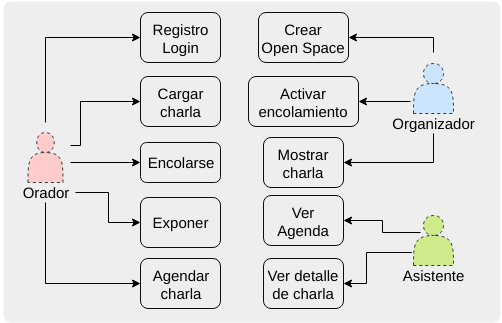
Earlier version of the draw.io export other/CasoDeUso.png (AugustoConti/smart-open-space). Source tidied: cells renumbered, new cells last; positions are measured from the earlier drawing's top-left corner, leaving out a move shared by most shapes. Its diagram source:
```xml
<mxGraphModel>
  <root>
    <mxCell id="0" />
    <mxCell id="1" parent="0" />
    <mxCell id="2" style="rounded=1;whiteSpace=wrap;html=1;absoluteArcSize=1;arcSize=14;strokeWidth=2;shadow=0;glass=0;labelBackgroundColor=none;fillColor=#eeeeee;fontSize=15;align=center;strokeColor=none;" parent="1" vertex="1">
      <mxGeometry x="3" width="497" height="321" as="geometry" />
    </mxCell>
    <mxCell id="3" style="group;" parent="1" vertex="1">
      <mxGeometry x="388" y="52" width="90" height="80" as="geometry" />
    </mxCell>
    <mxCell id="4" style="shape=actor;whiteSpace=wrap;html=1;rounded=0;shadow=0;glass=0;dashed=1;labelBackgroundColor=none;strokeColor=#36393d;strokeWidth=1;fillColor=#cce5ff;fontSize=15;align=center;" parent="3" vertex="1">
      <mxGeometry x="25" y="10" width="40" height="50" as="geometry" />
    </mxCell>
    <mxCell id="5" value="Organizador" style="text;html=1;strokeColor=none;fillColor=none;align=center;verticalAlign=middle;whiteSpace=wrap;rounded=0;shadow=0;glass=0;dashed=1;labelBackgroundColor=none;fontSize=15;" parent="3" vertex="1">
      <mxGeometry y="60" width="90" height="20" as="geometry" />
    </mxCell>
    <mxCell id="6" style="group;" parent="1" vertex="1">
      <mxGeometry y="121" width="90" height="80" as="geometry" />
    </mxCell>
    <mxCell id="7" style="shape=actor;whiteSpace=wrap;html=1;rounded=0;shadow=0;glass=0;dashed=1;labelBackgroundColor=none;strokeColor=#36393d;strokeWidth=1;fillColor=#ffcccc;fontSize=15;align=center;" parent="6" vertex="1">
      <mxGeometry x="27.5" y="10" width="35" height="50" as="geometry" />
    </mxCell>
    <mxCell id="8" value="Orador" style="text;html=1;strokeColor=none;fillColor=none;align=center;verticalAlign=middle;whiteSpace=wrap;rounded=0;shadow=0;glass=0;dashed=1;labelBackgroundColor=none;fontSize=15;" parent="6" vertex="1">
      <mxGeometry x="15" y="60" width="60" height="20" as="geometry" />
    </mxCell>
    <mxCell id="9" style="group;" parent="1" vertex="1">
      <mxGeometry x="388" y="204" width="90" height="80" as="geometry" />
    </mxCell>
    <mxCell id="10" style="shape=actor;whiteSpace=wrap;html=1;rounded=0;shadow=0;glass=0;dashed=1;labelBackgroundColor=none;strokeColor=#36393d;strokeWidth=1;fillColor=#cdeb8b;fontSize=15;align=center;" parent="9" vertex="1">
      <mxGeometry x="25" y="10" width="40" height="50" as="geometry" />
    </mxCell>
    <mxCell id="11" value="Asistente" style="text;html=1;strokeColor=none;fillColor=none;align=center;verticalAlign=middle;whiteSpace=wrap;rounded=0;shadow=0;glass=0;dashed=1;labelBackgroundColor=none;fontSize=15;" parent="9" vertex="1">
      <mxGeometry y="60" width="90" height="20" as="geometry" />
    </mxCell>
    <mxCell id="12" value="Registro&lt;br&gt;Login" style="shape=ext;rounded=1;html=1;whiteSpace=wrap;shadow=0;glass=0;labelBackgroundColor=none;strokeColor=#0D0C0C;strokeWidth=1;fillColor=none;gradientColor=none;fontSize=15;align=center;" parent="1" vertex="1">
      <mxGeometry x="140" y="11" width="80" height="50" as="geometry" />
    </mxCell>
    <mxCell id="13" value="Cargar&lt;br&gt;charla" style="shape=ext;rounded=1;html=1;whiteSpace=wrap;shadow=0;glass=0;labelBackgroundColor=none;strokeColor=#0D0C0C;strokeWidth=1;fillColor=none;gradientColor=none;fontSize=15;align=center;" parent="1" vertex="1">
      <mxGeometry x="140" y="75" width="80" height="50" as="geometry" />
    </mxCell>
    <mxCell id="14" value="Encolarse&lt;span style=&quot;font-family: &amp;#34;helvetica&amp;#34; , &amp;#34;arial&amp;#34; , sans-serif ; font-size: 0px ; white-space: nowrap&quot;&gt;%3CmxGraphModel%3E%3Croot%3E%3CmxCell%20id%3D%220%22%2F%3E%3CmxCell%20id%3D%221%22%20parent%3D%220%22%2F%3E%3CmxCell%20id%3D%222%22%20value%3D%22Registro%26lt%3Bbr%26gt%3BLogin%22%20style%3D%22shape%3Dext%3Brounded%3D1%3Bhtml%3D1%3BwhiteSpace%3Dwrap%3Bshadow%3D0%3Bglass%3D0%3BlabelBackgroundColor%3Dnone%3BstrokeColor%3D%230D0C0C%3BstrokeWidth%3D1%3BfillColor%3Dnone%3BgradientColor%3Dnone%3BfontSize%3D15%3Balign%3Dcenter%3B%22%20vertex%3D%221%22%20parent%3D%221%22%3E%3CmxGeometry%20x%3D%22190%22%20y%3D%2245%22%20width%3D%2280%22%20height%3D%2250%22%20as%3D%22geometry%22%2F%3E%3C%2FmxCell%3E%3C%2Froot%3E%3C%2FmxGraphModel%3E&lt;/span&gt;" style="shape=ext;rounded=1;html=1;whiteSpace=wrap;shadow=0;glass=0;labelBackgroundColor=none;strokeColor=#0D0C0C;strokeWidth=1;fillColor=none;gradientColor=none;fontSize=15;align=center;" parent="1" vertex="1">
      <mxGeometry x="140" y="141" width="80" height="40" as="geometry" />
    </mxCell>
    <mxCell id="15" value="Exponer" style="shape=ext;rounded=1;html=1;whiteSpace=wrap;shadow=0;glass=0;labelBackgroundColor=none;strokeColor=#0D0C0C;strokeWidth=1;fillColor=none;gradientColor=none;fontSize=15;align=center;" parent="1" vertex="1">
      <mxGeometry x="140" y="196" width="80" height="50" as="geometry" />
    </mxCell>
    <mxCell id="16" value="Agendar&lt;br&gt;charla" style="shape=ext;rounded=1;html=1;whiteSpace=wrap;shadow=0;glass=0;labelBackgroundColor=none;strokeColor=#0D0C0C;strokeWidth=1;fillColor=none;gradientColor=none;fontSize=15;align=center;" parent="1" vertex="1">
      <mxGeometry x="140" y="257" width="80" height="50" as="geometry" />
    </mxCell>
    <mxCell id="17" value="Ver Agenda" style="shape=ext;rounded=1;html=1;whiteSpace=wrap;shadow=0;glass=0;labelBackgroundColor=none;strokeColor=#0D0C0C;strokeWidth=1;fillColor=none;gradientColor=none;fontSize=15;align=center;" parent="1" vertex="1">
      <mxGeometry x="263" y="194" width="80" height="50" as="geometry" />
    </mxCell>
    <mxCell id="18" value="Ver detalle de charla" style="shape=ext;rounded=1;html=1;whiteSpace=wrap;shadow=0;glass=0;labelBackgroundColor=none;strokeColor=#0D0C0C;strokeWidth=1;fillColor=none;gradientColor=none;fontSize=15;align=center;" parent="1" vertex="1">
      <mxGeometry x="263" y="257" width="80" height="50" as="geometry" />
    </mxCell>
    <mxCell id="19" value="Crear&lt;br&gt;Open Space" style="shape=ext;rounded=1;html=1;whiteSpace=wrap;shadow=0;glass=0;labelBackgroundColor=none;strokeColor=#0D0C0C;strokeWidth=1;fillColor=none;gradientColor=none;fontSize=15;align=center;" parent="1" vertex="1">
      <mxGeometry x="258" y="11" width="90" height="50" as="geometry" />
    </mxCell>
    <mxCell id="20" value="Activar&lt;br&gt;encolamiento" style="shape=ext;rounded=1;html=1;whiteSpace=wrap;shadow=0;glass=0;labelBackgroundColor=none;strokeColor=#0D0C0C;strokeWidth=1;fillColor=none;gradientColor=none;fontSize=15;align=center;" parent="1" vertex="1">
      <mxGeometry x="248" y="75" width="110" height="50" as="geometry" />
    </mxCell>
    <mxCell id="21" value="Mostrar charla" style="shape=ext;rounded=1;html=1;whiteSpace=wrap;shadow=0;glass=0;labelBackgroundColor=none;strokeColor=#0D0C0C;strokeWidth=1;fillColor=none;gradientColor=none;fontSize=15;align=center;" parent="1" vertex="1">
      <mxGeometry x="263" y="136" width="80" height="50" as="geometry" />
    </mxCell>
    <mxCell id="22" style="edgeStyle=orthogonalEdgeStyle;rounded=0;jettySize=auto;html=1;exitX=0.5;exitY=1;exitDx=0;exitDy=0;entryX=0;entryY=0.5;entryDx=0;entryDy=0;fontSize=15;" parent="1" edge="1" source="8" target="16">
      <mxGeometry relative="1" as="geometry" />
    </mxCell>
    <mxCell id="23" style="edgeStyle=orthogonalEdgeStyle;rounded=0;jettySize=auto;html=1;exitX=1;exitY=0.5;exitDx=0;exitDy=0;entryX=0;entryY=0.5;entryDx=0;entryDy=0;fontSize=15;" parent="1" edge="1" source="8" target="15">
      <mxGeometry relative="1" as="geometry" />
    </mxCell>
    <mxCell id="24" style="edgeStyle=orthogonalEdgeStyle;rounded=0;jettySize=auto;html=1;entryX=0;entryY=0.5;entryDx=0;entryDy=0;fontSize=15;" parent="1" edge="1" target="14">
      <mxGeometry relative="1" as="geometry">
        <mxPoint x="70" y="161" as="sourcePoint" />
      </mxGeometry>
    </mxCell>
    <mxCell id="25" style="edgeStyle=orthogonalEdgeStyle;rounded=0;jettySize=auto;html=1;entryX=0;entryY=0.5;entryDx=0;entryDy=0;fontSize=15;" parent="1" edge="1" target="13">
      <mxGeometry relative="1" as="geometry">
        <mxPoint x="70" y="144" as="sourcePoint" />
        <Array as="points">
          <mxPoint x="80" y="144" />
          <mxPoint x="80" y="100" />
        </Array>
      </mxGeometry>
    </mxCell>
    <mxCell id="26" style="edgeStyle=orthogonalEdgeStyle;rounded=0;jettySize=auto;html=1;entryX=0;entryY=0.5;entryDx=0;entryDy=0;fontSize=15;" parent="1" edge="1" target="12">
      <mxGeometry relative="1" as="geometry">
        <mxPoint x="45" y="121" as="sourcePoint" />
        <Array as="points">
          <mxPoint x="45" y="36" />
        </Array>
      </mxGeometry>
    </mxCell>
    <mxCell id="27" style="edgeStyle=orthogonalEdgeStyle;rounded=0;jettySize=auto;html=1;entryX=1;entryY=0.5;entryDx=0;entryDy=0;fontSize=15;" parent="1" edge="1" target="19">
      <mxGeometry relative="1" as="geometry">
        <mxPoint x="433" y="51" as="sourcePoint" />
        <Array as="points">
          <mxPoint x="433" y="36" />
        </Array>
      </mxGeometry>
    </mxCell>
    <mxCell id="28" style="edgeStyle=orthogonalEdgeStyle;rounded=0;jettySize=auto;html=1;entryX=1;entryY=0.5;entryDx=0;entryDy=0;fontSize=15;exitX=0.5;exitY=1;exitDx=0;exitDy=0;" parent="1" edge="1" source="5" target="21">
      <mxGeometry relative="1" as="geometry">
        <Array as="points">
          <mxPoint x="433" y="161" />
        </Array>
      </mxGeometry>
    </mxCell>
    <mxCell id="29" style="edgeStyle=orthogonalEdgeStyle;rounded=0;jettySize=auto;html=1;entryX=1;entryY=0.5;entryDx=0;entryDy=0;fontSize=15;" parent="1" edge="1" target="20">
      <mxGeometry relative="1" as="geometry">
        <mxPoint x="410" y="100" as="sourcePoint" />
      </mxGeometry>
    </mxCell>
    <mxCell id="30" style="edgeStyle=orthogonalEdgeStyle;rounded=0;jettySize=auto;html=1;entryX=1;entryY=0.5;entryDx=0;entryDy=0;fontSize=15;" parent="1" edge="1" target="17">
      <mxGeometry relative="1" as="geometry">
        <mxPoint x="420" y="231" as="sourcePoint" />
      </mxGeometry>
    </mxCell>
    <mxCell id="31" style="edgeStyle=orthogonalEdgeStyle;rounded=0;jettySize=auto;html=1;entryX=1;entryY=0.5;entryDx=0;entryDy=0;fontSize=15;" parent="1" edge="1" target="18">
      <mxGeometry relative="1" as="geometry">
        <mxPoint x="410" y="251" as="sourcePoint" />
        <Array as="points">
          <mxPoint x="411" y="251" />
          <mxPoint x="366" y="251" />
          <mxPoint x="366" y="282" />
        </Array>
      </mxGeometry>
    </mxCell>
  </root>
</mxGraphModel>
```
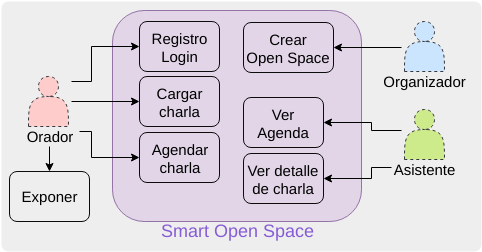
The same file after the commit.

Commit message:
:art: Actualizo diagramas

Change to the diagram source:
```diff
@@ -3,10 +3,13 @@
     <mxCell id="0" />
     <mxCell id="1" parent="0" />
     <mxCell id="2" style="rounded=1;whiteSpace=wrap;html=1;absoluteArcSize=1;arcSize=14;strokeWidth=2;shadow=0;glass=0;labelBackgroundColor=none;fillColor=#eeeeee;fontSize=15;align=center;strokeColor=none;" parent="1" vertex="1">
-      <mxGeometry x="3" width="497" height="321" as="geometry" />
+      <mxGeometry x="140" y="71" width="480" height="250" as="geometry" />
     </mxCell>
+    <mxCell id="32" style="rounded=1;whiteSpace=wrap;html=1;fillColor=#e1d5e7;strokeColor=#9673a6;" parent="1" vertex="1">
+      <mxGeometry x="251" y="80" width="249" height="211" as="geometry" />
+    </mxCell>
     <mxCell id="3" style="group;" parent="1" vertex="1">
-      <mxGeometry x="388" y="52" width="90" height="80" as="geometry" />
+      <mxGeometry x="518" y="81" width="90" height="80" as="geometry" />
     </mxCell>
     <mxCell id="4" style="shape=actor;whiteSpace=wrap;html=1;rounded=0;shadow=0;glass=0;dashed=1;labelBackgroundColor=none;strokeColor=#36393d;strokeWidth=1;fillColor=#cce5ff;fontSize=15;align=center;" parent="3" vertex="1">
       <mxGeometry x="25" y="10" width="40" height="50" as="geometry" />
@@ -15,16 +18,16 @@
       <mxGeometry y="60" width="90" height="20" as="geometry" />
     </mxCell>
     <mxCell id="6" style="group;" parent="1" vertex="1">
-      <mxGeometry y="121" width="90" height="80" as="geometry" />
+      <mxGeometry x="143" y="136" width="90" height="80" as="geometry" />
     </mxCell>
     <mxCell id="7" style="shape=actor;whiteSpace=wrap;html=1;rounded=0;shadow=0;glass=0;dashed=1;labelBackgroundColor=none;strokeColor=#36393d;strokeWidth=1;fillColor=#ffcccc;fontSize=15;align=center;" parent="6" vertex="1">
-      <mxGeometry x="27.5" y="10" width="35" height="50" as="geometry" />
+      <mxGeometry x="24" y="10" width="40" height="50" as="geometry" />
     </mxCell>
     <mxCell id="8" value="Orador" style="text;html=1;strokeColor=none;fillColor=none;align=center;verticalAlign=middle;whiteSpace=wrap;rounded=0;shadow=0;glass=0;dashed=1;labelBackgroundColor=none;fontSize=15;" parent="6" vertex="1">
       <mxGeometry x="15" y="60" width="60" height="20" as="geometry" />
     </mxCell>
     <mxCell id="9" style="group;" parent="1" vertex="1">
-      <mxGeometry x="388" y="204" width="90" height="80" as="geometry" />
+      <mxGeometry x="518" y="169" width="90" height="80" as="geometry" />
     </mxCell>
     <mxCell id="10" style="shape=actor;whiteSpace=wrap;html=1;rounded=0;shadow=0;glass=0;dashed=1;labelBackgroundColor=none;strokeColor=#36393d;strokeWidth=1;fillColor=#cdeb8b;fontSize=15;align=center;" parent="9" vertex="1">
       <mxGeometry x="25" y="10" width="40" height="50" as="geometry" />
@@ -33,97 +36,77 @@
       <mxGeometry y="60" width="90" height="20" as="geometry" />
     </mxCell>
     <mxCell id="12" value="Registro&lt;br&gt;Login" style="shape=ext;rounded=1;html=1;whiteSpace=wrap;shadow=0;glass=0;labelBackgroundColor=none;strokeColor=#0D0C0C;strokeWidth=1;fillColor=none;gradientColor=none;fontSize=15;align=center;" parent="1" vertex="1">
-      <mxGeometry x="140" y="11" width="80" height="50" as="geometry" />
+      <mxGeometry x="278" y="91" width="80" height="50" as="geometry" />
     </mxCell>
     <mxCell id="13" value="Cargar&lt;br&gt;charla" style="shape=ext;rounded=1;html=1;whiteSpace=wrap;shadow=0;glass=0;labelBackgroundColor=none;strokeColor=#0D0C0C;strokeWidth=1;fillColor=none;gradientColor=none;fontSize=15;align=center;" parent="1" vertex="1">
-      <mxGeometry x="140" y="75" width="80" height="50" as="geometry" />
+      <mxGeometry x="278" y="146" width="80" height="50" as="geometry" />
     </mxCell>
-    <mxCell id="14" value="Encolarse&lt;span style=&quot;font-family: &amp;#34;helvetica&amp;#34; , &amp;#34;arial&amp;#34; , sans-serif ; font-size: 0px ; white-space: nowrap&quot;&gt;%3CmxGraphModel%3E%3Croot%3E%3CmxCell%20id%3D%220%22%2F%3E%3CmxCell%20id%3D%221%22%20parent%3D%220%22%2F%3E%3CmxCell%20id%3D%222%22%20value%3D%22Registro%26lt%3Bbr%26gt%3BLogin%22%20style%3D%22shape%3Dext%3Brounded%3D1%3Bhtml%3D1%3BwhiteSpace%3Dwrap%3Bshadow%3D0%3Bglass%3D0%3BlabelBackgroundColor%3Dnone%3BstrokeColor%3D%230D0C0C%3BstrokeWidth%3D1%3BfillColor%3Dnone%3BgradientColor%3Dnone%3BfontSize%3D15%3Balign%3Dcenter%3B%22%20vertex%3D%221%22%20parent%3D%221%22%3E%3CmxGeometry%20x%3D%22190%22%20y%3D%2245%22%20width%3D%2280%22%20height%3D%2250%22%20as%3D%22geometry%22%2F%3E%3C%2FmxCell%3E%3C%2Froot%3E%3C%2FmxGraphModel%3E&lt;/span&gt;" style="shape=ext;rounded=1;html=1;whiteSpace=wrap;shadow=0;glass=0;labelBackgroundColor=none;strokeColor=#0D0C0C;strokeWidth=1;fillColor=none;gradientColor=none;fontSize=15;align=center;" parent="1" vertex="1">
-      <mxGeometry x="140" y="141" width="80" height="40" as="geometry" />
-    </mxCell>
     <mxCell id="15" value="Exponer" style="shape=ext;rounded=1;html=1;whiteSpace=wrap;shadow=0;glass=0;labelBackgroundColor=none;strokeColor=#0D0C0C;strokeWidth=1;fillColor=none;gradientColor=none;fontSize=15;align=center;" parent="1" vertex="1">
-      <mxGeometry x="140" y="196" width="80" height="50" as="geometry" />
+      <mxGeometry x="148" y="241" width="80" height="50" as="geometry" />
     </mxCell>
     <mxCell id="16" value="Agendar&lt;br&gt;charla" style="shape=ext;rounded=1;html=1;whiteSpace=wrap;shadow=0;glass=0;labelBackgroundColor=none;strokeColor=#0D0C0C;strokeWidth=1;fillColor=none;gradientColor=none;fontSize=15;align=center;" parent="1" vertex="1">
-      <mxGeometry x="140" y="257" width="80" height="50" as="geometry" />
+      <mxGeometry x="278" y="202" width="80" height="50" as="geometry" />
     </mxCell>
     <mxCell id="17" value="Ver Agenda" style="shape=ext;rounded=1;html=1;whiteSpace=wrap;shadow=0;glass=0;labelBackgroundColor=none;strokeColor=#0D0C0C;strokeWidth=1;fillColor=none;gradientColor=none;fontSize=15;align=center;" parent="1" vertex="1">
-      <mxGeometry x="263" y="194" width="80" height="50" as="geometry" />
+      <mxGeometry x="382" y="167" width="80" height="50" as="geometry" />
     </mxCell>
     <mxCell id="18" value="Ver detalle de charla" style="shape=ext;rounded=1;html=1;whiteSpace=wrap;shadow=0;glass=0;labelBackgroundColor=none;strokeColor=#0D0C0C;strokeWidth=1;fillColor=none;gradientColor=none;fontSize=15;align=center;" parent="1" vertex="1">
-      <mxGeometry x="263" y="257" width="80" height="50" as="geometry" />
+      <mxGeometry x="382" y="223" width="80" height="50" as="geometry" />
     </mxCell>
     <mxCell id="19" value="Crear&lt;br&gt;Open Space" style="shape=ext;rounded=1;html=1;whiteSpace=wrap;shadow=0;glass=0;labelBackgroundColor=none;strokeColor=#0D0C0C;strokeWidth=1;fillColor=none;gradientColor=none;fontSize=15;align=center;" parent="1" vertex="1">
-      <mxGeometry x="258" y="11" width="90" height="50" as="geometry" />
+      <mxGeometry x="382" y="92" width="90" height="50" as="geometry" />
     </mxCell>
-    <mxCell id="20" value="Activar&lt;br&gt;encolamiento" style="shape=ext;rounded=1;html=1;whiteSpace=wrap;shadow=0;glass=0;labelBackgroundColor=none;strokeColor=#0D0C0C;strokeWidth=1;fillColor=none;gradientColor=none;fontSize=15;align=center;" parent="1" vertex="1">
-      <mxGeometry x="248" y="75" width="110" height="50" as="geometry" />
-    </mxCell>
-    <mxCell id="21" value="Mostrar charla" style="shape=ext;rounded=1;html=1;whiteSpace=wrap;shadow=0;glass=0;labelBackgroundColor=none;strokeColor=#0D0C0C;strokeWidth=1;fillColor=none;gradientColor=none;fontSize=15;align=center;" parent="1" vertex="1">
-      <mxGeometry x="263" y="136" width="80" height="50" as="geometry" />
-    </mxCell>
+    <mxCell id="33" style="edgeStyle=orthogonalEdgeStyle;rounded=0;jettySize=auto;html=1;entryX=1;entryY=0.5;entryDx=0;entryDy=0;" parent="1" edge="1" target="19">
+      <mxGeometry relative="1" as="geometry">
+        <mxPoint x="540" y="117" as="sourcePoint" />
+      </mxGeometry>
+    </mxCell>
+    <mxCell id="23" style="edgeStyle=orthogonalEdgeStyle;rounded=0;jettySize=auto;html=1;exitX=0.5;exitY=1;exitDx=0;exitDy=0;" parent="1" edge="1" source="8" target="15">
+      <mxGeometry relative="1" as="geometry" />
+    </mxCell>
+    <mxCell id="34" style="edgeStyle=orthogonalEdgeStyle;rounded=0;jettySize=auto;html=1;entryX=0;entryY=0.5;entryDx=0;entryDy=0;" parent="1" edge="1" target="13">
+      <mxGeometry relative="1" as="geometry">
+        <mxPoint x="210" y="171" as="sourcePoint" />
+      </mxGeometry>
+    </mxCell>
-    <mxCell id="22" style="edgeStyle=orthogonalEdgeStyle;rounded=0;jettySize=auto;html=1;exitX=0.5;exitY=1;exitDx=0;exitDy=0;entryX=0;entryY=0.5;entryDx=0;entryDy=0;fontSize=15;" parent="1" edge="1" source="8" target="16">
-      <mxGeometry relative="1" as="geometry" />
+    <mxCell id="22" style="edgeStyle=orthogonalEdgeStyle;rounded=0;jettySize=auto;html=1;exitX=1;exitY=0.25;exitDx=0;exitDy=0;entryX=0;entryY=0.5;entryDx=0;entryDy=0;" parent="1" edge="1" source="8" target="16">
+      <mxGeometry relative="1" as="geometry">
+        <Array as="points">
+          <mxPoint x="230" y="201" />
+          <mxPoint x="230" y="227" />
+        </Array>
+      </mxGeometry>
     </mxCell>
-    <mxCell id="23" style="edgeStyle=orthogonalEdgeStyle;rounded=0;jettySize=auto;html=1;exitX=1;exitY=0.5;exitDx=0;exitDy=0;entryX=0;entryY=0.5;entryDx=0;entryDy=0;fontSize=15;" parent="1" edge="1" source="8" target="15">
-      <mxGeometry relative="1" as="geometry" />
-    </mxCell>
-    <mxCell id="24" style="edgeStyle=orthogonalEdgeStyle;rounded=0;jettySize=auto;html=1;entryX=0;entryY=0.5;entryDx=0;entryDy=0;fontSize=15;" parent="1" edge="1" target="14">
-      <mxGeometry relative="1" as="geometry">
-        <mxPoint x="70" y="161" as="sourcePoint" />
-      </mxGeometry>
-    </mxCell>
-    <mxCell id="25" style="edgeStyle=orthogonalEdgeStyle;rounded=0;jettySize=auto;html=1;entryX=0;entryY=0.5;entryDx=0;entryDy=0;fontSize=15;" parent="1" edge="1" target="13">
-      <mxGeometry relative="1" as="geometry">
-        <mxPoint x="70" y="144" as="sourcePoint" />
-        <Array as="points">
-          <mxPoint x="80" y="144" />
-          <mxPoint x="80" y="100" />
-        </Array>
-      </mxGeometry>
-    </mxCell>
-    <mxCell id="26" style="edgeStyle=orthogonalEdgeStyle;rounded=0;jettySize=auto;html=1;entryX=0;entryY=0.5;entryDx=0;entryDy=0;fontSize=15;" parent="1" edge="1" target="12">
-      <mxGeometry relative="1" as="geometry">
-        <mxPoint x="45" y="121" as="sourcePoint" />
-        <Array as="points">
-          <mxPoint x="45" y="36" />
-        </Array>
-      </mxGeometry>
-    </mxCell>
-    <mxCell id="27" style="edgeStyle=orthogonalEdgeStyle;rounded=0;jettySize=auto;html=1;entryX=1;entryY=0.5;entryDx=0;entryDy=0;fontSize=15;" parent="1" edge="1" target="19">
-      <mxGeometry relative="1" as="geometry">
-        <mxPoint x="433" y="51" as="sourcePoint" />
-        <Array as="points">
-          <mxPoint x="433" y="36" />
-        </Array>
-      </mxGeometry>
-    </mxCell>
-    <mxCell id="28" style="edgeStyle=orthogonalEdgeStyle;rounded=0;jettySize=auto;html=1;entryX=1;entryY=0.5;entryDx=0;entryDy=0;fontSize=15;exitX=0.5;exitY=1;exitDx=0;exitDy=0;" parent="1" edge="1" source="5" target="21">
-      <mxGeometry relative="1" as="geometry">
-        <Array as="points">
-          <mxPoint x="433" y="161" />
-        </Array>
-      </mxGeometry>
-    </mxCell>
-    <mxCell id="29" style="edgeStyle=orthogonalEdgeStyle;rounded=0;jettySize=auto;html=1;entryX=1;entryY=0.5;entryDx=0;entryDy=0;fontSize=15;" parent="1" edge="1" target="20">
-      <mxGeometry relative="1" as="geometry">
-        <mxPoint x="410" y="100" as="sourcePoint" />
-      </mxGeometry>
-    </mxCell>
-    <mxCell id="30" style="edgeStyle=orthogonalEdgeStyle;rounded=0;jettySize=auto;html=1;entryX=1;entryY=0.5;entryDx=0;entryDy=0;fontSize=15;" parent="1" edge="1" target="17">
-      <mxGeometry relative="1" as="geometry">
-        <mxPoint x="420" y="231" as="sourcePoint" />
-      </mxGeometry>
-    </mxCell>
-    <mxCell id="31" style="edgeStyle=orthogonalEdgeStyle;rounded=0;jettySize=auto;html=1;entryX=1;entryY=0.5;entryDx=0;entryDy=0;fontSize=15;" parent="1" edge="1" target="18">
-      <mxGeometry relative="1" as="geometry">
-        <mxPoint x="410" y="251" as="sourcePoint" />
-        <Array as="points">
-          <mxPoint x="411" y="251" />
-          <mxPoint x="366" y="251" />
-          <mxPoint x="366" y="282" />
-        </Array>
-      </mxGeometry>
-    </mxCell>
+    <mxCell id="35" style="edgeStyle=orthogonalEdgeStyle;rounded=0;jettySize=auto;html=1;entryX=0;entryY=0.5;entryDx=0;entryDy=0;" parent="1" edge="1" target="12">
+      <mxGeometry relative="1" as="geometry">
+        <mxPoint x="210" y="151" as="sourcePoint" />
+        <Array as="points">
+          <mxPoint x="210" y="151" />
+          <mxPoint x="230" y="151" />
+          <mxPoint x="230" y="116" />
+        </Array>
+      </mxGeometry>
+    </mxCell>
+    <mxCell id="36" style="edgeStyle=orthogonalEdgeStyle;rounded=0;jettySize=auto;html=1;entryX=1;entryY=0.5;entryDx=0;entryDy=0;" parent="1" edge="1" target="17">
+      <mxGeometry relative="1" as="geometry">
+        <mxPoint x="540" y="200" as="sourcePoint" />
+        <Array as="points">
+          <mxPoint x="510" y="200" />
+          <mxPoint x="510" y="192" />
+        </Array>
+      </mxGeometry>
+    </mxCell>
+    <mxCell id="37" style="edgeStyle=orthogonalEdgeStyle;rounded=0;jettySize=auto;html=1;entryX=1;entryY=0.5;entryDx=0;entryDy=0;" parent="1" edge="1" target="18">
+      <mxGeometry relative="1" as="geometry">
+        <mxPoint x="530" y="237" as="sourcePoint" />
+        <Array as="points">
+          <mxPoint x="510" y="237" />
+          <mxPoint x="510" y="248" />
+        </Array>
+      </mxGeometry>
+    </mxCell>
+    <mxCell id="38" value="Smart Open Space" style="text;html=1;strokeColor=none;fillColor=none;align=center;verticalAlign=middle;whiteSpace=wrap;rounded=0;fontColor=#865cd6;fontSize=18;" parent="1" vertex="1">
+      <mxGeometry x="290" y="291" width="171" height="20" as="geometry" />
+    </mxCell>
   </root>
 </mxGraphModel>
```
